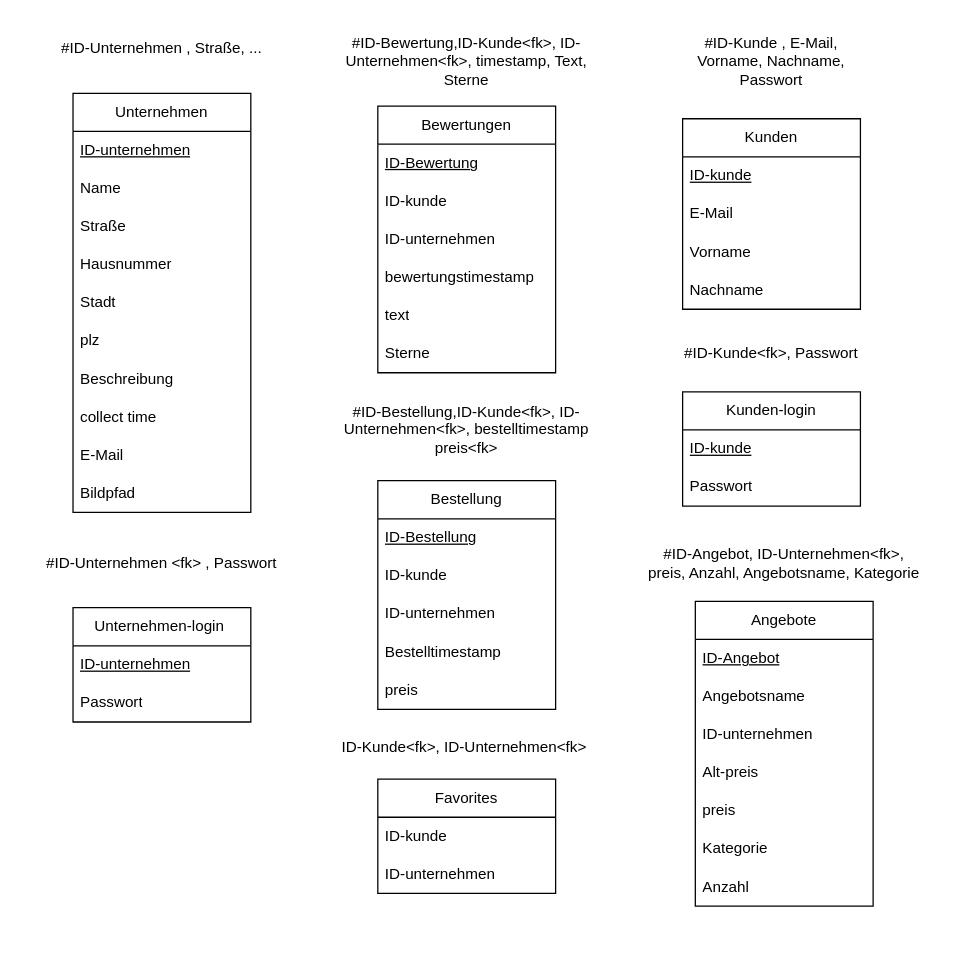
Before: Unbenanntes Diagramm.drawio in DavidHes/Berlins-bakeries, a draw.io diagram. Source tidied: cells renumbered, new cells numbered last; positions are measured from the earlier drawing's top-left corner, leaving out a move shared by most shapes. Both pictures are drawn from the tidied source at 127%, with x=0, y=0 at pixel (34, 29).
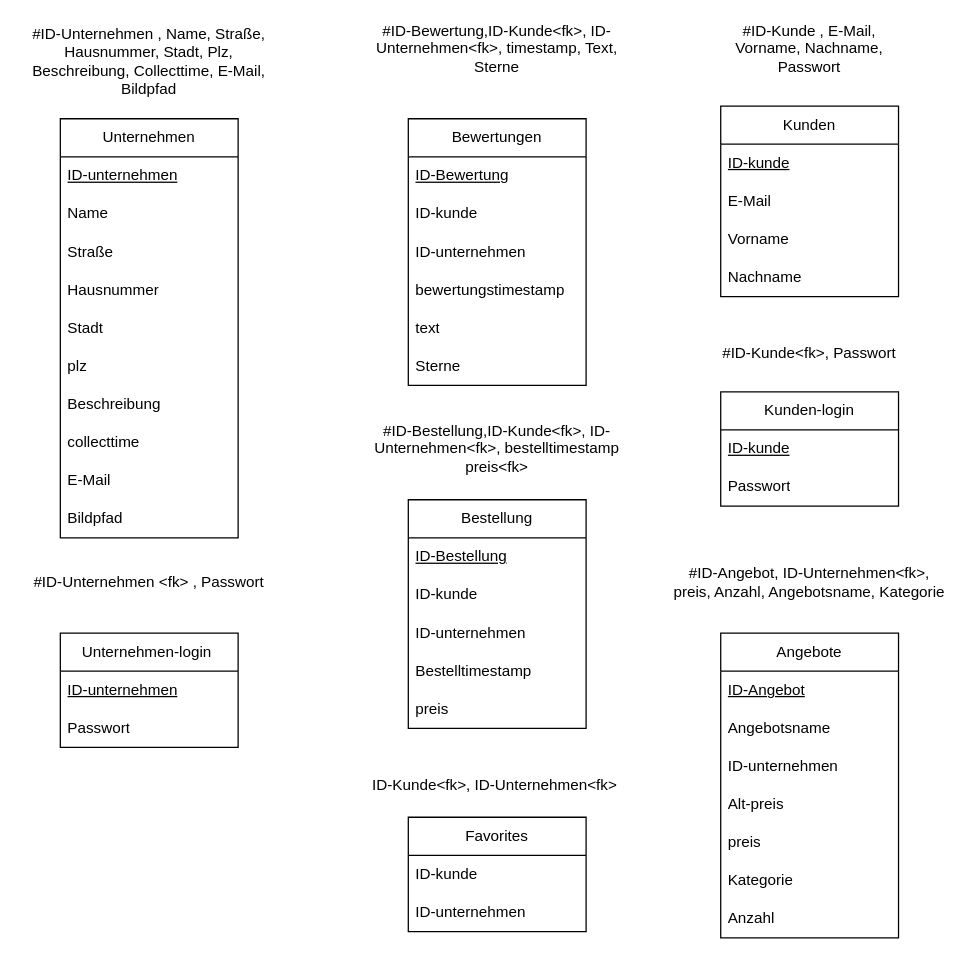
Above is the later version.

The edit, as a diff of the source:
```diff
@@
     <mxCell id="2" value="Unternehmen" style="swimlane;fontStyle=0;horizontal=1;startSize=30;whiteSpace=wrap;html=1;" parent="1" vertex="1">
-      <mxGeometry x="30" y="50" width="140" height="330" as="geometry" />
+      <mxGeometry x="20" y="70" width="140" height="330" as="geometry" />
     </mxCell>
@@
-    <mxCell id="10" value="collect time" style="text;strokeColor=none;fillColor=none;align=left;verticalAlign=middle;spacingLeft=4;spacingRight=4;overflow=hidden;whiteSpace=wrap;html=1;" parent="2" vertex="1">
+    <mxCell id="10" value="collecttime" style="text;strokeColor=none;fillColor=none;align=left;verticalAlign=middle;spacingLeft=4;spacingRight=4;overflow=hidden;whiteSpace=wrap;html=1;" parent="2" vertex="1">
       <mxGeometry y="240" width="140" height="30" as="geometry" />
     </mxCell>
@@
     <mxCell id="13" value="Kunden" style="swimlane;fontStyle=0;horizontal=1;startSize=30;whiteSpace=wrap;html=1;" parent="1" vertex="1">
-      <mxGeometry x="510" y="70" width="140" height="150" as="geometry" />
+      <mxGeometry x="540" y="60" width="140" height="150" as="geometry" />
     </mxCell>
@@
     <mxCell id="18" value="Bewertungen" style="swimlane;fontStyle=0;horizontal=1;startSize=30;whiteSpace=wrap;html=1;" parent="1" vertex="1">
-      <mxGeometry x="270" y="60" width="140" height="210" as="geometry" />
+      <mxGeometry x="294" y="70" width="140" height="210" as="geometry" />
     </mxCell>
@@
     <mxCell id="25" value="#ID-Bewertung,ID-Kunde&amp;lt;fk&amp;gt;, ID-Unternehmen&amp;lt;fk&amp;gt;, timestamp, Text, Sterne" style="text;html=1;align=center;verticalAlign=middle;whiteSpace=wrap;rounded=0;" parent="1" vertex="1">
-      <mxGeometry x="230" y="10" width="220" height="30" as="geometry" />
+      <mxGeometry x="254" width="220" height="30" as="geometry" />
     </mxCell>
     <mxCell id="26" value="#ID-Kunde , E-Mail, Vorname, Nachname, Passwort" style="text;html=1;align=center;verticalAlign=middle;whiteSpace=wrap;rounded=0;" parent="1" vertex="1">
-      <mxGeometry x="500" y="10" width="160" height="30" as="geometry" />
+      <mxGeometry x="530" width="160" height="30" as="geometry" />
     </mxCell>
-    <mxCell id="27" value="#ID-Unternehmen , Straße, ..." style="text;html=1;align=center;verticalAlign=middle;whiteSpace=wrap;rounded=0;" parent="1" vertex="1">
-      <mxGeometry width="200" height="30" as="geometry" />
+    <mxCell id="27" value="#ID-Unternehmen , Name, Straße, Hausnummer, Stadt, Plz, Beschreibung, Collecttime, E-Mail, Bildpfad" style="text;html=1;align=center;verticalAlign=middle;whiteSpace=wrap;rounded=0;" parent="1" vertex="1">
+      <mxGeometry x="-10" y="10" width="200" height="30" as="geometry" />
     </mxCell>
     <mxCell id="28" value="Kunden-login" style="swimlane;fontStyle=0;horizontal=1;startSize=30;whiteSpace=wrap;html=1;" parent="1" vertex="1">
-      <mxGeometry x="510" y="285" width="140" height="90" as="geometry" />
+      <mxGeometry x="540" y="285" width="140" height="90" as="geometry" />
     </mxCell>
@@
     <mxCell id="31" value="#ID-Kunde&amp;lt;fk&amp;gt;, Passwort" style="text;html=1;align=center;verticalAlign=middle;whiteSpace=wrap;rounded=0;" parent="1" vertex="1">
-      <mxGeometry x="500" y="240" width="160" height="30" as="geometry" />
+      <mxGeometry x="530" y="240" width="160" height="30" as="geometry" />
     </mxCell>
     <mxCell id="32" value="Unternehmen-login&amp;nbsp;" style="swimlane;fontStyle=0;horizontal=1;startSize=30;whiteSpace=wrap;html=1;" parent="1" vertex="1">
-      <mxGeometry x="30" y="455" width="140" height="90" as="geometry" />
+      <mxGeometry x="20" y="475" width="140" height="90" as="geometry" />
     </mxCell>
@@
     <mxCell id="35" value="#ID-Unternehmen &amp;lt;fk&amp;gt; , Passwort" style="text;html=1;align=center;verticalAlign=middle;whiteSpace=wrap;rounded=0;" parent="1" vertex="1">
-      <mxGeometry y="405" width="200" height="30" as="geometry" />
+      <mxGeometry x="-10" y="420" width="200" height="30" as="geometry" />
     </mxCell>
     <mxCell id="36" value="Bestellung" style="swimlane;fontStyle=0;horizontal=1;startSize=30;whiteSpace=wrap;html=1;" parent="1" vertex="1">
-      <mxGeometry x="270" y="355" width="140" height="180" as="geometry" />
+      <mxGeometry x="294" y="370" width="140" height="180" as="geometry" />
     </mxCell>
@@
     <mxCell id="42" value="#ID-Bestellung,ID-Kunde&amp;lt;fk&amp;gt;, ID-Unternehmen&amp;lt;fk&amp;gt;, bestelltimestamp&lt;div&gt;preis&amp;lt;fk&amp;gt;&lt;/div&gt;" style="text;html=1;align=center;verticalAlign=middle;whiteSpace=wrap;rounded=0;" parent="1" vertex="1">
-      <mxGeometry x="230" y="300" width="220" height="30" as="geometry" />
+      <mxGeometry x="254" y="315" width="220" height="30" as="geometry" />
     </mxCell>
     <mxCell id="43" value="Angebote" style="swimlane;fontStyle=0;horizontal=1;startSize=30;whiteSpace=wrap;html=1;" parent="1" vertex="1">
-      <mxGeometry x="520" y="450" width="140" height="240" as="geometry" />
+      <mxGeometry x="540" y="475" width="140" height="240" as="geometry" />
     </mxCell>
@@
     <mxCell id="51" value="#ID-Angebot, ID-Unternehmen&amp;lt;fk&amp;gt;, preis, Anzahl, Angebotsname, Kategorie" style="text;html=1;align=center;verticalAlign=middle;whiteSpace=wrap;rounded=0;" parent="1" vertex="1">
-      <mxGeometry x="480" y="405" width="220" height="30" as="geometry" />
+      <mxGeometry x="500" y="420" width="220" height="30" as="geometry" />
     </mxCell>
     <mxCell id="52" value="Favorites" style="swimlane;fontStyle=0;horizontal=1;startSize=30;whiteSpace=wrap;html=1;" parent="1" vertex="1">
-      <mxGeometry x="270" y="590" width="140" height="90" as="geometry" />
+      <mxGeometry x="294" y="620" width="140" height="90" as="geometry" />
     </mxCell>
@@
     <mxCell id="55" value="ID-Kunde&amp;lt;fk&amp;gt;, ID-Unternehmen&amp;lt;fk&amp;gt;&amp;nbsp;" style="text;html=1;align=center;verticalAlign=middle;whiteSpace=wrap;rounded=0;" parent="1" vertex="1">
-      <mxGeometry x="230" y="550" width="220" height="30" as="geometry" />
+      <mxGeometry x="254" y="580" width="220" height="30" as="geometry" />
     </mxCell>
```
